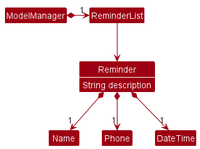
Before: docs/images/ReminderClassDiagram.png, a diagram exported from PlantUML (nus-cs2103-AY2223S1/tp).
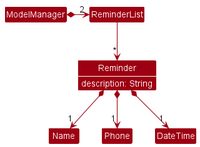
Above is the later version.

Diff of the diagram source:
```diff
@@ -3,14 +3,15 @@
 show Reminder attributes
 skinparam arrowThickness 1.1
 skinparam arrowColor MODEL_COLOR
+skinparam classAttributeIconSize 0
 skinparam classBackgroundColor MODEL_COLOR
 
 Class Reminder {
-    String description
+    description: String
 }
 
-ModelManager *-right-> "1" ReminderList
-ReminderList -down-> Reminder
+ModelManager *-right-> "2" ReminderList
+ReminderList -down-> "*" Reminder
 Reminder *-down-> "1" Name
 Reminder *-down-> "1" Phone
 Reminder *-down-> "1" DateTime
```
